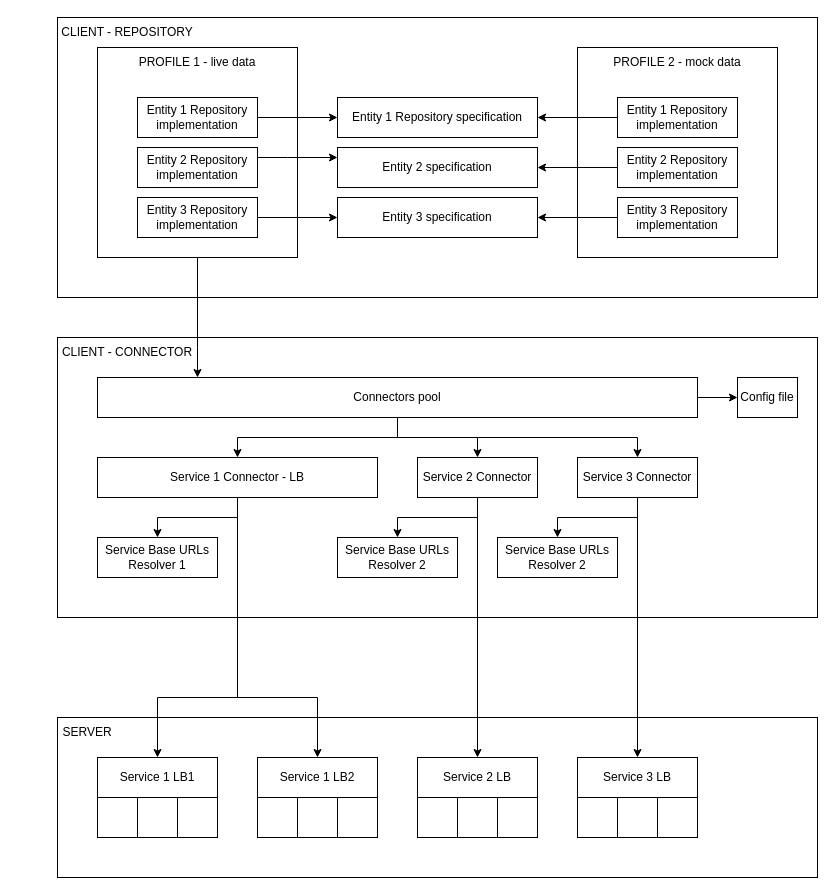
Above: docs/acct-gui-angular-data-acquisition.drawio in fx89/acct (draw.io), before the change. Source tidied: cells renumbered, new cells numbered last; positions are measured from the earlier drawing's top-left corner, leaving out a move shared by most shapes. Both pictures are drawn from the tidied source at 100%, with x=0, y=0 at pixel (57, 17).
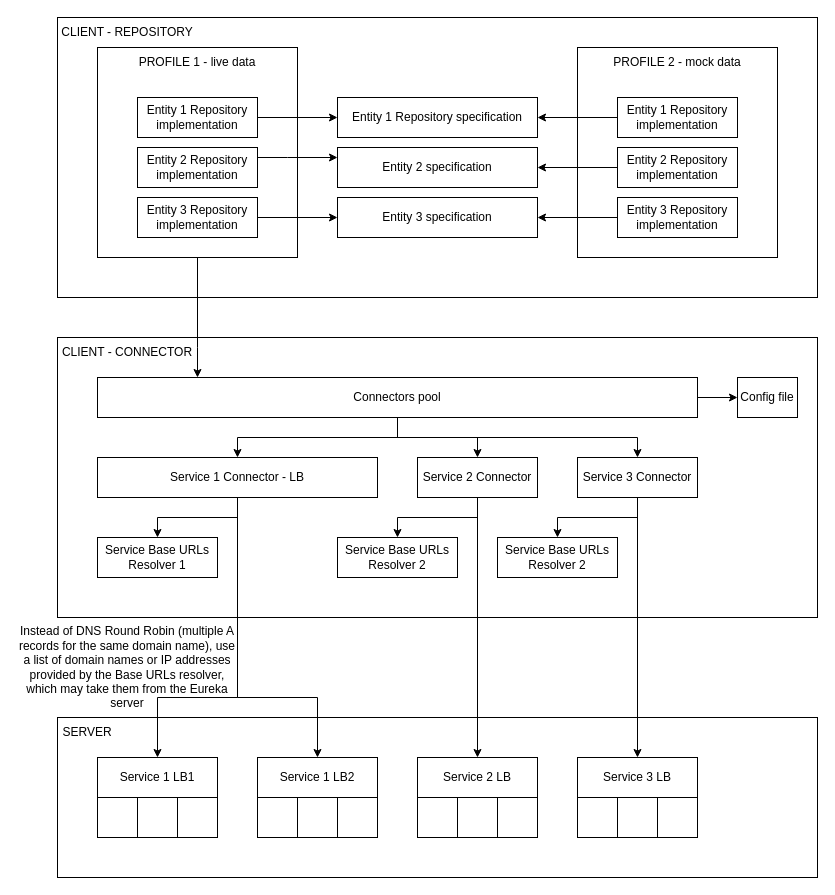
The same page after the edit.

Diff of the diagram source:
```diff
@@
+    <mxCell id="63" value="Instead of DNS Round Robin (multiple A records for the same domain name), use a list of domain names or IP addresses provided by the Base URLs resolver, which may take them from the Eureka server" style="text;html=1;align=center;verticalAlign=middle;whiteSpace=wrap;rounded=0;" parent="1" vertex="1">
+      <mxGeometry x="-40" y="610" width="220" height="80" as="geometry" />
+    </mxCell>
```
